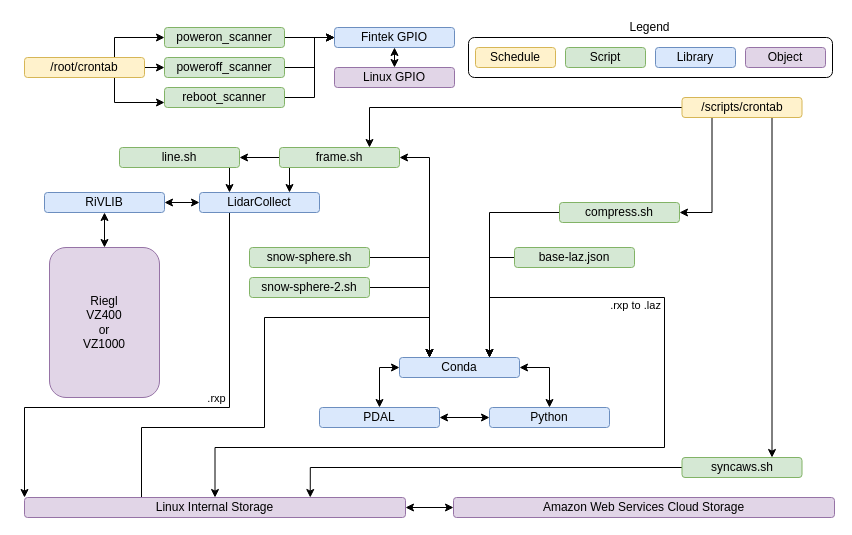
CRREL/Mammoth-A-TLS keeps this draw.io diagram as Images/Software_Schematic.drawio. Above is the earlier version. Source tidied: cells renumbered, new cells numbered last; positions are measured from the earlier drawing's top-left corner, leaving out a move shared by most shapes. Both pictures are drawn from the tidied source at 100%, with x=0, y=0 at pixel (24, 17).
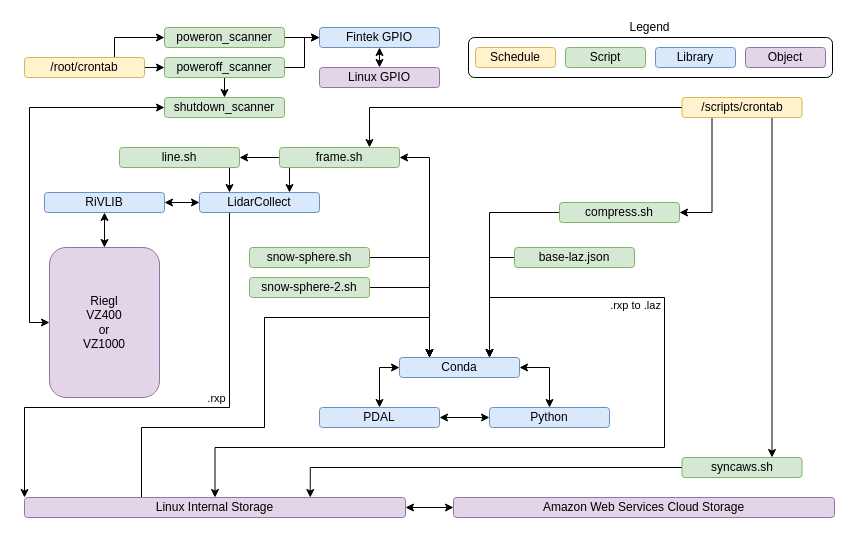
After the change.

Commit message (it also covers changes not shown here):
Added shutdown_scanner into schematics

Unchanged cells that the change refers to:
```xml
<mxCell id="6" value="/root/crontab" style="rounded=1;whiteSpace=wrap;html=1;fillColor=#fff2cc;strokeColor=#d6b656;" parent="1" vertex="1">
  <mxGeometry y="40" width="120" height="20" as="geometry" />
</mxCell>
<mxCell id="13" value="Riegl&lt;br&gt;VZ400&lt;br&gt;or&lt;br&gt;VZ1000" style="rounded=1;whiteSpace=wrap;html=1;fillColor=#e1d5e7;strokeColor=#9673a6;" parent="1" vertex="1">
  <mxGeometry x="25" y="230" width="110" height="150" as="geometry" />
</mxCell>
<mxCell id="39" value="poweroff_scanner" style="rounded=1;whiteSpace=wrap;html=1;fillColor=#d5e8d4;strokeColor=#82b366;" parent="1" vertex="1">
  <mxGeometry x="140" y="40" width="120" height="20" as="geometry" />
</mxCell>
```

Change to the diagram source:
```diff
@@
-    <mxCell id="5" style="edgeStyle=orthogonalEdgeStyle;rounded=0;jettySize=auto;html=1;exitX=0.75;exitY=1;exitDx=0;exitDy=0;entryX=0;entryY=0.75;entryDx=0;entryDy=0;startArrow=none;startFill=0;" parent="1" edge="1" source="6" target="41">
-      <mxGeometry relative="1" as="geometry" />
-    </mxCell>
@@
     <mxCell id="12" value="Fintek GPIO" style="rounded=1;whiteSpace=wrap;html=1;fillColor=#dae8fc;strokeColor=#6c8ebf;" parent="1" vertex="1">
-      <mxGeometry x="310" y="10" width="120" height="20" as="geometry" />
+      <mxGeometry x="295" y="10" width="120" height="20" as="geometry" />
     </mxCell>
@@
-    <mxCell id="38" style="edgeStyle=orthogonalEdgeStyle;rounded=0;jettySize=auto;html=1;exitX=1;exitY=0.5;exitDx=0;exitDy=0;startArrow=none;startFill=0;" parent="1" edge="1" source="39">
-      <mxGeometry relative="1" as="geometry">
-        <mxPoint x="310" y="20" as="targetPoint" />
-        <Array as="points">
-          <mxPoint x="290" y="50" />
-          <mxPoint x="290" y="20" />
-        </Array>
-      </mxGeometry>
-    </mxCell>
+    <mxCell id="60" style="edgeStyle=orthogonalEdgeStyle;rounded=0;jettySize=auto;html=1;exitX=0.5;exitY=1;exitDx=0;exitDy=0;entryX=0.5;entryY=0;entryDx=0;entryDy=0;" parent="1" edge="1" source="39" target="41">
+      <mxGeometry relative="1" as="geometry" />
+    </mxCell>
+    <mxCell id="61" style="edgeStyle=orthogonalEdgeStyle;rounded=0;jettySize=auto;html=1;exitX=1;exitY=0.5;exitDx=0;exitDy=0;entryX=0;entryY=0.5;entryDx=0;entryDy=0;startArrow=none;startFill=0;" parent="1" edge="1" source="39" target="12">
+      <mxGeometry relative="1" as="geometry" />
+    </mxCell>
@@
-    <mxCell id="40" style="edgeStyle=orthogonalEdgeStyle;rounded=0;jettySize=auto;html=1;exitX=1;exitY=0.5;exitDx=0;exitDy=0;entryX=0;entryY=0.5;entryDx=0;entryDy=0;startArrow=none;startFill=0;" parent="1" edge="1" source="41" target="12">
-      <mxGeometry relative="1" as="geometry">
-        <Array as="points">
-          <mxPoint x="290" y="80" />
-          <mxPoint x="290" y="20" />
-        </Array>
-      </mxGeometry>
-    </mxCell>
+    <mxCell id="62" style="edgeStyle=orthogonalEdgeStyle;rounded=0;jettySize=auto;html=1;exitX=0;exitY=0.5;exitDx=0;exitDy=0;entryX=0;entryY=0.5;entryDx=0;entryDy=0;startArrow=classic;startFill=1;" parent="1" edge="1" source="41" target="13">
+      <mxGeometry relative="1" as="geometry" />
+    </mxCell>
-    <mxCell id="41" value="reboot_scanner" style="rounded=1;whiteSpace=wrap;html=1;fillColor=#d5e8d4;strokeColor=#82b366;" parent="1" vertex="1">
-      <mxGeometry x="140" y="70" width="120" height="20" as="geometry" />
+    <mxCell id="41" value="shutdown_scanner" style="rounded=1;whiteSpace=wrap;html=1;fillColor=#d5e8d4;strokeColor=#82b366;" parent="1" vertex="1">
+      <mxGeometry x="140" y="80" width="120" height="20" as="geometry" />
     </mxCell>
@@
     <mxCell id="59" value="Linux GPIO" style="rounded=1;whiteSpace=wrap;html=1;fillColor=#e1d5e7;strokeColor=#9673a6;" parent="1" vertex="1">
-      <mxGeometry x="310" y="50" width="120" height="20" as="geometry" />
+      <mxGeometry x="295" y="50" width="120" height="20" as="geometry" />
     </mxCell>
```
